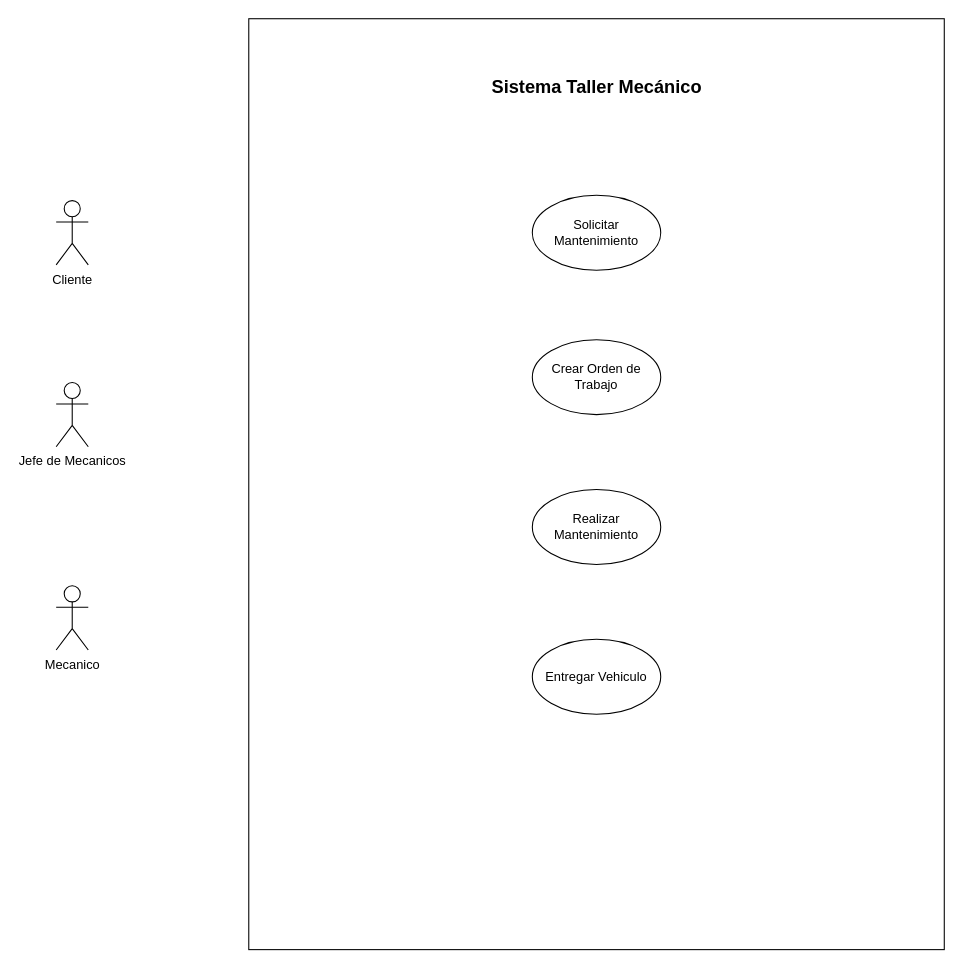
The draw.io diagram page "Casos" (1 of 6) of Diagrama sin título.drawio in KeiKurono96/Experiencias3, before the edit. Source tidied: cells renumbered, new cells numbered last; positions are measured from the earlier drawing's top-left corner, leaving out a move shared by most shapes. Both pictures are drawn from the tidied source at 107%, with x=0, y=0 at pixel (56, 18).
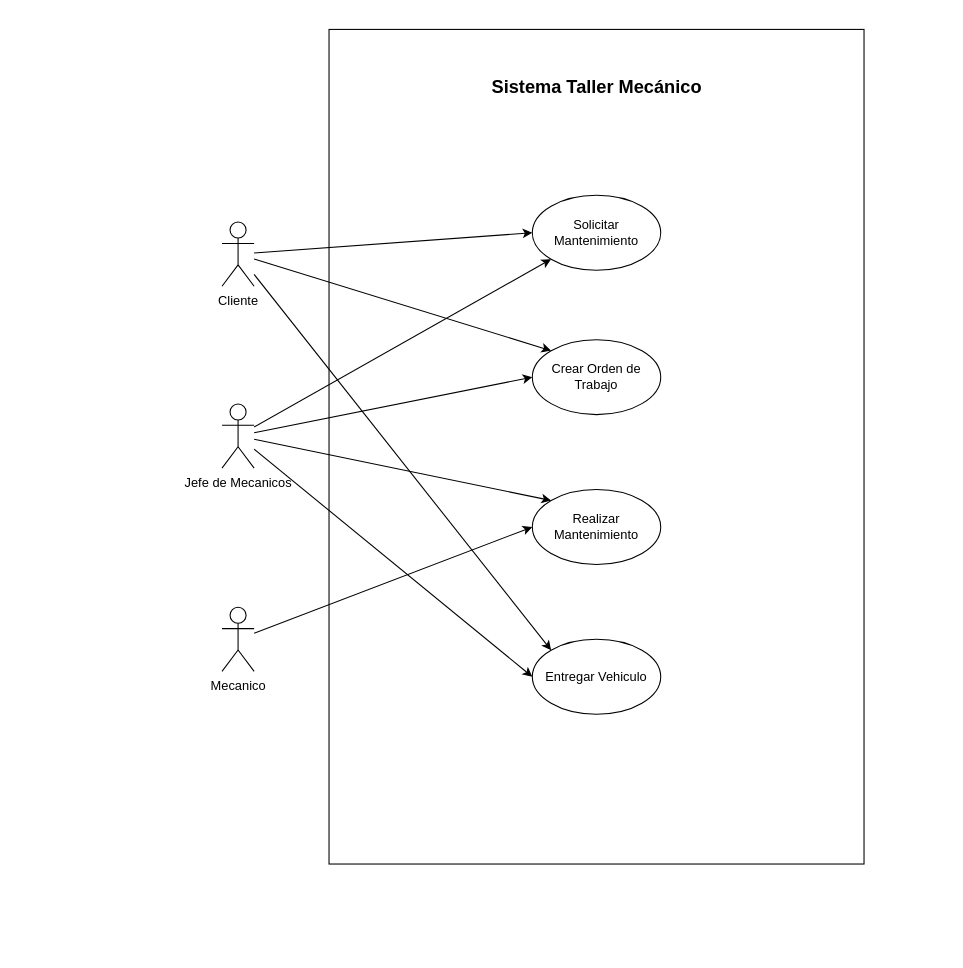
After the change.

Change to the diagram source:
```diff
@@
 <mxGraphModel>
   <root>
     <mxCell id="0" />
     <mxCell id="1" parent="0" />
     <mxCell id="2" style="rounded=0;whiteSpace=wrap;html=1;" parent="1" vertex="1">
-      <mxGeometry x="180" width="650" height="870" as="geometry" />
+      <mxGeometry x="255" y="10" width="500" height="780" as="geometry" />
     </mxCell>
+    <mxCell id="11" style="rounded=0;jettySize=auto;html=1;entryX=0;entryY=0.5;entryDx=0;entryDy=0;" parent="1" edge="1" source="3" target="8">
+      <mxGeometry relative="1" as="geometry" />
+    </mxCell>
+    <mxCell id="12" style="edgeStyle=none;shape=connector;rounded=0;jettySize=auto;html=1;entryX=0;entryY=0;entryDx=0;entryDy=0;labelBackgroundColor=default;strokeColor=default;fontFamily=Helvetica;fontSize=11;fontColor=default;endArrow=classic;" parent="1" edge="1" source="3" target="6">
+      <mxGeometry relative="1" as="geometry" />
+    </mxCell>
+    <mxCell id="13" style="edgeStyle=none;shape=connector;rounded=0;jettySize=auto;html=1;entryX=0;entryY=0;entryDx=0;entryDy=0;labelBackgroundColor=default;strokeColor=default;fontFamily=Helvetica;fontSize=11;fontColor=default;endArrow=classic;" parent="1" edge="1" source="3" target="9">
+      <mxGeometry relative="1" as="geometry" />
+    </mxCell>
     <mxCell id="3" value="Cliente" style="shape=umlActor;verticalLabelPosition=bottom;verticalAlign=top;html=1;outlineConnect=0;" parent="1" vertex="1">
-      <mxGeometry y="170" width="30" height="60" as="geometry" />
+      <mxGeometry x="155" y="190" width="30" height="60" as="geometry" />
     </mxCell>
+    <mxCell id="14" style="rounded=0;jettySize=auto;html=1;entryX=0;entryY=1;entryDx=0;entryDy=0;" parent="1" edge="1" source="4" target="8">
+      <mxGeometry relative="1" as="geometry" />
+    </mxCell>
+    <mxCell id="15" style="edgeStyle=none;shape=connector;rounded=0;jettySize=auto;html=1;entryX=0;entryY=0.5;entryDx=0;entryDy=0;labelBackgroundColor=default;strokeColor=default;fontFamily=Helvetica;fontSize=11;fontColor=default;endArrow=classic;" parent="1" edge="1" source="4" target="6">
+      <mxGeometry relative="1" as="geometry" />
+    </mxCell>
+    <mxCell id="16" style="edgeStyle=none;shape=connector;rounded=0;jettySize=auto;html=1;entryX=0;entryY=0;entryDx=0;entryDy=0;labelBackgroundColor=default;strokeColor=default;fontFamily=Helvetica;fontSize=11;fontColor=default;endArrow=classic;" parent="1" edge="1" source="4" target="7">
+      <mxGeometry relative="1" as="geometry" />
+    </mxCell>
+    <mxCell id="17" style="edgeStyle=none;shape=connector;rounded=0;jettySize=auto;html=1;entryX=0;entryY=0.5;entryDx=0;entryDy=0;labelBackgroundColor=default;strokeColor=default;fontFamily=Helvetica;fontSize=11;fontColor=default;endArrow=classic;" parent="1" edge="1" source="4" target="9">
+      <mxGeometry relative="1" as="geometry" />
+    </mxCell>
     <mxCell id="4" value="Jefe de Mecanicos" style="shape=umlActor;verticalLabelPosition=bottom;verticalAlign=top;html=1;outlineConnect=0;" parent="1" vertex="1">
-      <mxGeometry y="340" width="30" height="60" as="geometry" />
+      <mxGeometry x="155" y="360" width="30" height="60" as="geometry" />
     </mxCell>
+    <mxCell id="18" style="edgeStyle=none;shape=connector;rounded=0;jettySize=auto;html=1;entryX=0;entryY=0.5;entryDx=0;entryDy=0;labelBackgroundColor=default;strokeColor=default;fontFamily=Helvetica;fontSize=11;fontColor=default;endArrow=classic;" parent="1" edge="1" source="5" target="7">
+      <mxGeometry relative="1" as="geometry" />
+    </mxCell>
     <mxCell id="5" value="Mecanico" style="shape=umlActor;verticalLabelPosition=bottom;verticalAlign=top;html=1;outlineConnect=0;" parent="1" vertex="1">
-      <mxGeometry y="530" width="30" height="60" as="geometry" />
+      <mxGeometry x="155" y="550" width="30" height="60" as="geometry" />
     </mxCell>
     <mxCell id="6" value="Crear Orden de Trabajo" style="ellipse;whiteSpace=wrap;html=1;" parent="1" vertex="1">
       <mxGeometry x="445" y="300" width="120" height="70" as="geometry" />
     </mxCell>
     <mxCell id="7" value="Realizar Mantenimiento" style="ellipse;whiteSpace=wrap;html=1;" parent="1" vertex="1">
       <mxGeometry x="445" y="440" width="120" height="70" as="geometry" />
     </mxCell>
     <mxCell id="8" value="Solicitar Mantenimiento" style="ellipse;whiteSpace=wrap;html=1;" parent="1" vertex="1">
       <mxGeometry x="445" y="165" width="120" height="70" as="geometry" />
     </mxCell>
     <mxCell id="9" value="Entregar Vehiculo" style="ellipse;whiteSpace=wrap;html=1;" parent="1" vertex="1">
       <mxGeometry x="445" y="580" width="120" height="70" as="geometry" />
     </mxCell>
     <mxCell id="10" value="Sistema Taller Mecánico" style="text;html=1;align=center;verticalAlign=middle;strokeColor=none;fillColor=none;fontSize=17;fontStyle=1;" parent="1" vertex="1">
       <mxGeometry x="395" y="50" width="220" height="30" as="geometry" />
     </mxCell>
   </root>
 </mxGraphModel>
```
